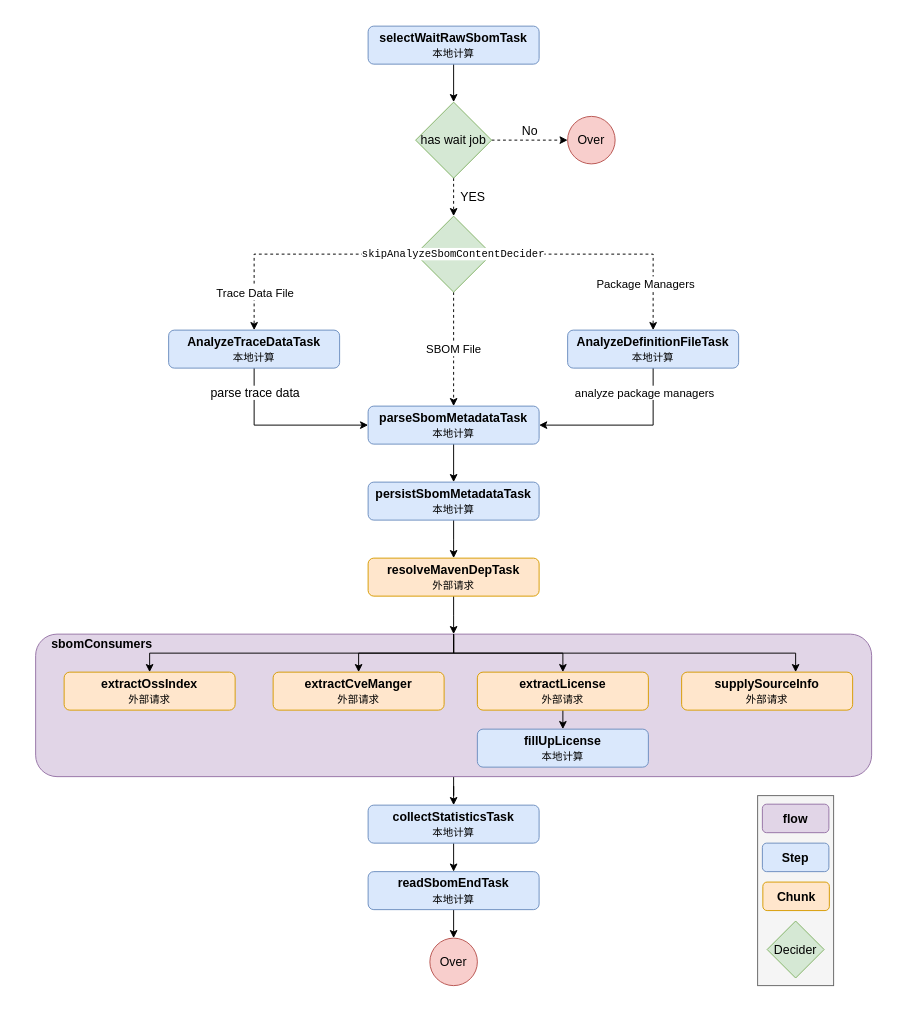
Earlier version of the draw.io diagram doc/assert/import-sbom-job-1.0.drawio (step-security-bot/sbom-service). Source tidied: cells renumbered, new cells numbered last; positions are measured from the earlier drawing's top-left corner, leaving out a move shared by most shapes. Both pictures are drawn from the tidied source at 95%, with x=0, y=0 at pixel (35, 26).
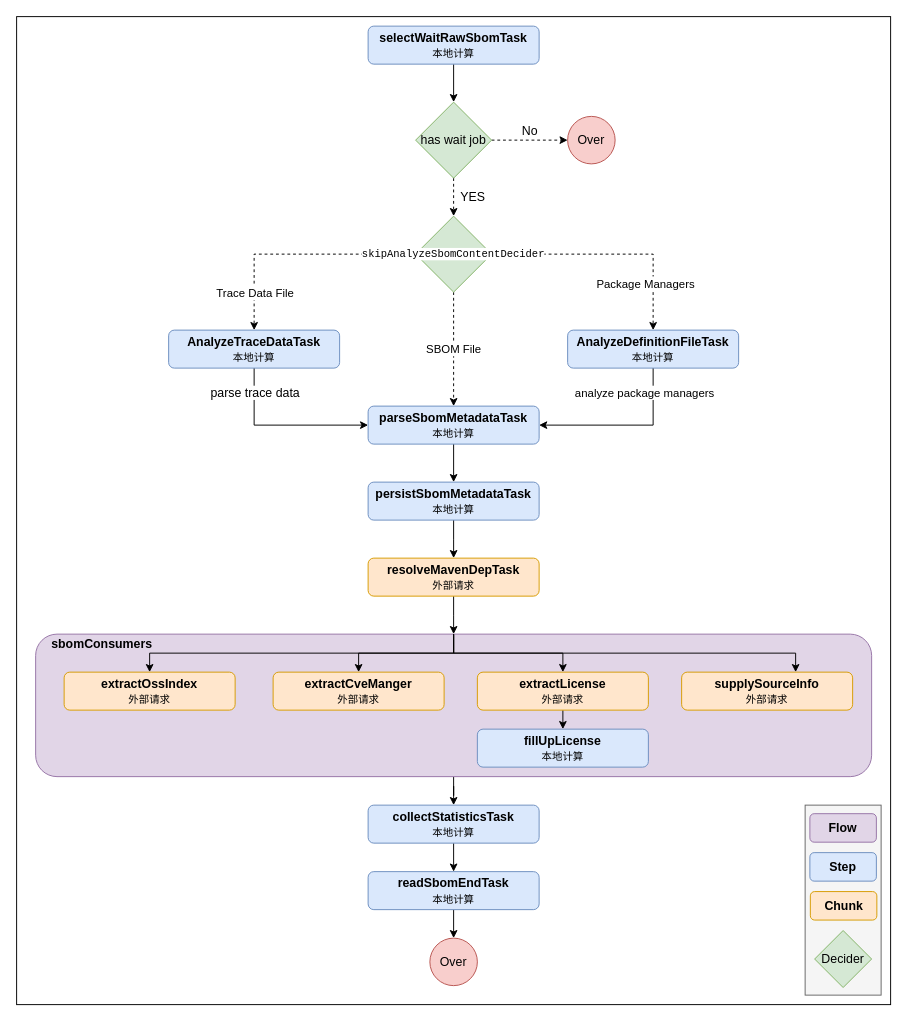
The same page after the edit.

Commit message (it also covers changes not shown here):
doc: upload import-sbom-job flow

What changed in the source:
```diff
@@
+    <mxCell id="50" style="rounded=0;whiteSpace=wrap;html=1;" parent="1" vertex="1">
+      <mxGeometry x="-20" y="-10" width="920" height="1040" as="geometry" />
+    </mxCell>
@@
-    <mxCell id="44" style="group;" parent="1" vertex="1">
-      <mxGeometry x="760" y="810" width="80" height="200" as="geometry" />
-    </mxCell>
+    <mxCell id="51" style="group;" parent="1" vertex="1">
+      <mxGeometry x="810" y="820" width="80" height="200" as="geometry" />
+    </mxCell>
-    <mxCell id="45" style="rounded=0;whiteSpace=wrap;html=1;fontSize=11;fillColor=#f5f5f5;fontColor=#333333;strokeColor=#666666;" parent="44" vertex="1">
+    <mxCell id="45" style="rounded=0;whiteSpace=wrap;html=1;fontSize=11;fillColor=#f5f5f5;fontColor=#333333;strokeColor=#666666;" parent="51" vertex="1">
       <mxGeometry width="80" height="200" as="geometry" />
     </mxCell>
-    <mxCell id="46" value="Decider" style="rhombus;whiteSpace=wrap;html=1;fillColor=#d5e8d4;strokeColor=#82b366;fontSize=13;" parent="44" vertex="1">
+    <mxCell id="46" value="Decider" style="rhombus;whiteSpace=wrap;html=1;fillColor=#d5e8d4;strokeColor=#82b366;fontSize=13;" parent="51" vertex="1">
       <mxGeometry x="10" y="132" width="60" height="60" as="geometry" />
     </mxCell>
-    <mxCell id="47" value="Step" style="rounded=1;whiteSpace=wrap;html=1;fillColor=#dae8fc;strokeColor=#6c8ebf;fontSize=13;fontStyle=1;" parent="44" vertex="1">
+    <mxCell id="47" value="Step" style="rounded=1;whiteSpace=wrap;html=1;fillColor=#dae8fc;strokeColor=#6c8ebf;fontSize=13;fontStyle=1;" parent="51" vertex="1">
       <mxGeometry x="5" y="50" width="70" height="30" as="geometry" />
     </mxCell>
-    <mxCell id="48" value="Chunk" style="rounded=1;whiteSpace=wrap;html=1;fillColor=#ffe6cc;strokeColor=#d79b00;fontSize=13;fontStyle=1;" parent="44" vertex="1">
+    <mxCell id="48" value="Chunk" style="rounded=1;whiteSpace=wrap;html=1;fillColor=#ffe6cc;strokeColor=#d79b00;fontSize=13;fontStyle=1;" parent="51" vertex="1">
       <mxGeometry x="5.5" y="91" width="70" height="30" as="geometry" />
     </mxCell>
-    <mxCell id="49" value="flow" style="rounded=1;whiteSpace=wrap;html=1;fillColor=#e1d5e7;strokeColor=#9673a6;fontSize=13;fontStyle=1;" parent="44" vertex="1">
+    <mxCell id="49" value="Flow" style="rounded=1;whiteSpace=wrap;html=1;fillColor=#e1d5e7;strokeColor=#9673a6;fontSize=13;fontStyle=1;" parent="51" vertex="1">
       <mxGeometry x="5" y="9" width="70" height="30" as="geometry" />
     </mxCell>
```
